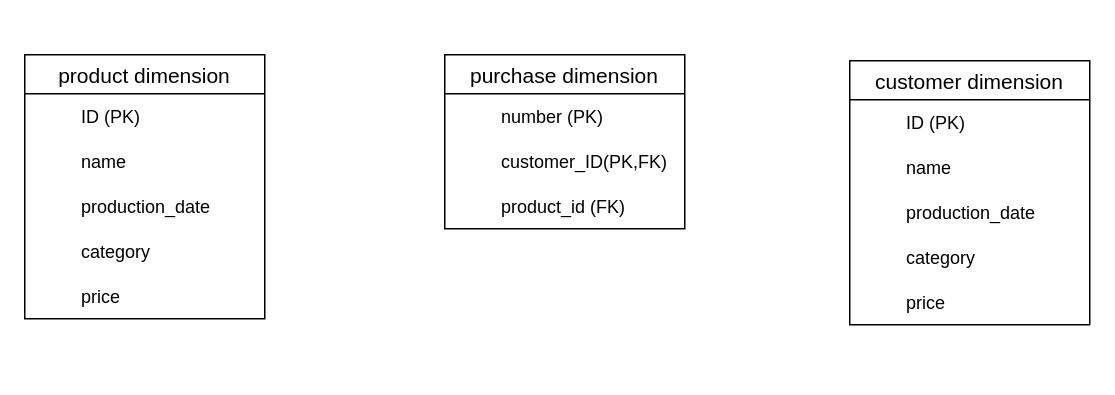
Earlier version of the draw.io diagram factschema.drawio (mohsenshahii/database). Source tidied: cells renumbered, new cells numbered last; positions are measured from the earlier drawing's top-left corner, leaving out a move shared by most shapes. Both pictures are drawn from the tidied source at 150%, with x=0, y=0 at pixel (24, 54).
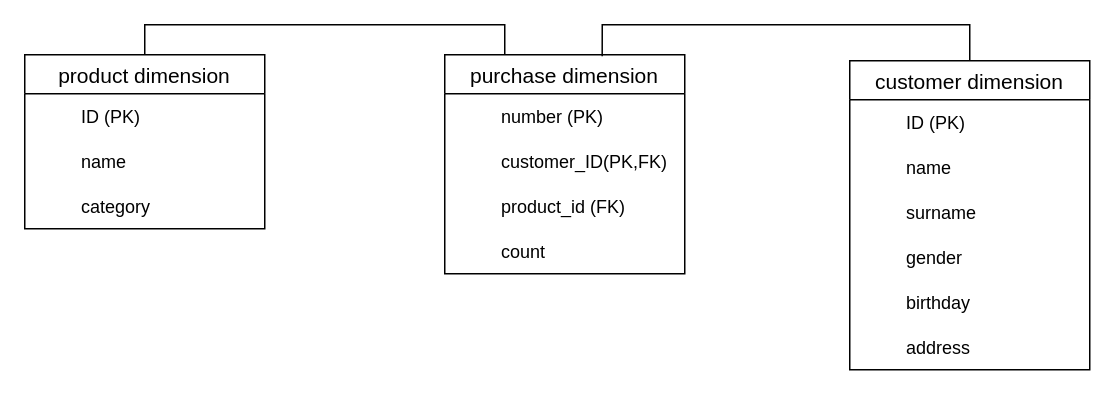
The same diagram, later.

Unchanged cells that the change refers to:
```xml
<mxCell id="42" style="shape=tableRow;horizontal=0;startSize=0;swimlaneHead=0;swimlaneBody=0;fillColor=none;top=0;left=0;right=0;bottom=0;" parent="41" vertex="1">
  <mxGeometry width="160" height="30" as="geometry" />
</mxCell>
<mxCell id="45" style="shape=tableRow;horizontal=0;startSize=0;swimlaneHead=0;swimlaneBody=0;fillColor=none;top=0;left=0;right=0;bottom=0;" parent="41" vertex="1">
  <mxGeometry y="30" width="160" height="30" as="geometry" />
</mxCell>
<mxCell id="48" style="shape=tableRow;horizontal=0;startSize=0;swimlaneHead=0;swimlaneBody=0;fillColor=none;top=0;left=0;right=0;bottom=0;" parent="41" vertex="1">
  <mxGeometry y="60" width="160" height="30" as="geometry" />
</mxCell>
```

What changed in the source:
```diff
@@
     <mxCell id="2" value="purchase dimension" style="swimlane;fontStyle=0;horizontal=1;startSize=26;align=center;fontSize=14;" parent="1" vertex="1">
-      <mxGeometry x="280" width="160" height="116" as="geometry" />
+      <mxGeometry x="280" width="160" height="146" as="geometry" />
     </mxCell>
     <mxCell id="3" style="shape=table;startSize=0;childLayout=tableLayout;rowLines=0;fontStyle=0;align=center;strokeColor=none;fillColor=none;" parent="2" vertex="1">
-      <mxGeometry y="26" width="160" height="90" as="geometry" />
+      <mxGeometry y="26" width="160" height="120" as="geometry" />
     </mxCell>
@@
+    <mxCell id="51" style="shape=tableRow;horizontal=0;startSize=0;swimlaneHead=0;swimlaneBody=0;fillColor=none;top=0;left=0;right=0;bottom=0;" parent="3" vertex="1">
+      <mxGeometry y="90" width="160" height="30" as="geometry" />
+    </mxCell>
+    <mxCell id="52" style="shape=partialRectangle;fillColor=none;top=0;left=0;bottom=0;right=0;overflow=hidden;" parent="51" vertex="1">
+      <mxGeometry width="30" height="30" as="geometry" />
+    </mxCell>
+    <mxCell id="53" value="count" style="shape=partialRectangle;fillColor=none;top=0;left=0;bottom=0;right=0;align=left;spacingLeft=6;overflow=hidden;" parent="51" vertex="1">
+      <mxGeometry x="30" width="130" height="30" as="geometry" />
+    </mxCell>
+    <mxCell id="54" style="edgeStyle=orthogonalEdgeStyle;rounded=0;jettySize=auto;html=1;exitX=0.5;exitY=0;exitDx=0;exitDy=0;entryX=0.25;entryY=0;entryDx=0;entryDy=0;endArrow=none;endFill=0;" parent="1" edge="1" source="13" target="2">
+      <mxGeometry relative="1" as="geometry" />
+    </mxCell>
     <mxCell id="13" value="product dimension" style="swimlane;fontStyle=0;horizontal=1;startSize=26;align=center;fontSize=14;" parent="1" vertex="1">
-      <mxGeometry width="160" height="176" as="geometry" />
+      <mxGeometry width="160" height="116" as="geometry" />
     </mxCell>
@@
     <mxCell id="21" style="shape=table;startSize=0;childLayout=tableLayout;rowLines=0;fontStyle=0;align=center;strokeColor=none;fillColor=none;" parent="13" vertex="1">
-      <mxGeometry y="86" width="160" height="90" as="geometry" />
+      <mxGeometry y="86" width="160" height="30" as="geometry" />
     </mxCell>
-    <mxCell id="22" style="shape=tableRow;horizontal=0;startSize=0;swimlaneHead=0;swimlaneBody=0;fillColor=none;top=0;left=0;right=0;bottom=0;" parent="21" vertex="1">
-      <mxGeometry width="160" height="30" as="geometry" />
-    </mxCell>
-    <mxCell id="23" style="shape=partialRectangle;fillColor=none;top=0;left=0;bottom=0;right=0;overflow=hidden;" parent="22" vertex="1">
-      <mxGeometry width="30" height="30" as="geometry" />
-    </mxCell>
-    <mxCell id="24" value="production_date" style="shape=partialRectangle;fillColor=none;top=0;left=0;bottom=0;right=0;align=left;spacingLeft=6;overflow=hidden;" parent="22" vertex="1">
-      <mxGeometry x="30" width="130" height="30" as="geometry" />
-    </mxCell>
     <mxCell id="25" style="shape=tableRow;horizontal=0;startSize=0;swimlaneHead=0;swimlaneBody=0;fillColor=none;top=0;left=0;right=0;bottom=0;" parent="21" vertex="1">
-      <mxGeometry y="30" width="160" height="30" as="geometry" />
+      <mxGeometry width="160" height="30" as="geometry" />
     </mxCell>
@@
-    <mxCell id="28" style="shape=tableRow;horizontal=0;startSize=0;swimlaneHead=0;swimlaneBody=0;fillColor=none;top=0;left=0;right=0;bottom=0;" parent="21" vertex="1">
-      <mxGeometry y="60" width="160" height="30" as="geometry" />
-    </mxCell>
-    <mxCell id="29" style="shape=partialRectangle;fillColor=none;top=0;left=0;bottom=0;right=0;overflow=hidden;" parent="28" vertex="1">
-      <mxGeometry width="30" height="30" as="geometry" />
-    </mxCell>
-    <mxCell id="30" value="price" style="shape=partialRectangle;fillColor=none;top=0;left=0;bottom=0;right=0;align=left;spacingLeft=6;overflow=hidden;" parent="28" vertex="1">
-      <mxGeometry x="30" width="130" height="30" as="geometry" />
-    </mxCell>
@@
+    <mxCell id="55" style="edgeStyle=orthogonalEdgeStyle;rounded=0;jettySize=auto;html=1;exitX=0.5;exitY=0;exitDx=0;exitDy=0;entryX=0.656;entryY=0.007;entryDx=0;entryDy=0;entryPerimeter=0;endArrow=none;endFill=0;" parent="1" edge="1" source="33" target="2">
+      <mxGeometry relative="1" as="geometry" />
+    </mxCell>
     <mxCell id="33" value="customer dimension" style="swimlane;fontStyle=0;horizontal=1;startSize=26;align=center;fontSize=14;" parent="1" vertex="1">
-      <mxGeometry x="550" y="4" width="160" height="176" as="geometry" />
+      <mxGeometry x="550" y="4" width="160" height="206" as="geometry" />
     </mxCell>
@@
     <mxCell id="41" style="shape=table;startSize=0;childLayout=tableLayout;rowLines=0;fontStyle=0;align=center;strokeColor=none;fillColor=none;" parent="33" vertex="1">
-      <mxGeometry y="86" width="160" height="90" as="geometry" />
+      <mxGeometry y="86" width="160" height="120" as="geometry" />
     </mxCell>
@@
-    <mxCell id="44" value="production_date" style="shape=partialRectangle;fillColor=none;top=0;left=0;bottom=0;right=0;align=left;spacingLeft=6;overflow=hidden;" parent="42" vertex="1">
+    <mxCell id="44" value="surname" style="shape=partialRectangle;fillColor=none;top=0;left=0;bottom=0;right=0;align=left;spacingLeft=6;overflow=hidden;" parent="42" vertex="1">
       <mxGeometry x="30" width="130" height="30" as="geometry" />
     </mxCell>
@@
-    <mxCell id="47" value="category" style="shape=partialRectangle;fillColor=none;top=0;left=0;bottom=0;right=0;align=left;spacingLeft=6;overflow=hidden;" parent="45" vertex="1">
+    <mxCell id="47" value="gender" style="shape=partialRectangle;fillColor=none;top=0;left=0;bottom=0;right=0;align=left;spacingLeft=6;overflow=hidden;" parent="45" vertex="1">
       <mxGeometry x="30" width="130" height="30" as="geometry" />
     </mxCell>
@@
-    <mxCell id="50" value="price" style="shape=partialRectangle;fillColor=none;top=0;left=0;bottom=0;right=0;align=left;spacingLeft=6;overflow=hidden;" parent="48" vertex="1">
+    <mxCell id="50" value="birthday" style="shape=partialRectangle;fillColor=none;top=0;left=0;bottom=0;right=0;align=left;spacingLeft=6;overflow=hidden;" parent="48" vertex="1">
       <mxGeometry x="30" width="130" height="30" as="geometry" />
     </mxCell>
+    <mxCell id="56" style="shape=tableRow;horizontal=0;startSize=0;swimlaneHead=0;swimlaneBody=0;fillColor=none;top=0;left=0;right=0;bottom=0;" parent="41" vertex="1">
+      <mxGeometry y="90" width="160" height="30" as="geometry" />
+    </mxCell>
+    <mxCell id="57" style="shape=partialRectangle;fillColor=none;top=0;left=0;bottom=0;right=0;overflow=hidden;" parent="56" vertex="1">
+      <mxGeometry width="30" height="30" as="geometry" />
+    </mxCell>
+    <mxCell id="58" value="address" style="shape=partialRectangle;fillColor=none;top=0;left=0;bottom=0;right=0;align=left;spacingLeft=6;overflow=hidden;" parent="56" vertex="1">
+      <mxGeometry x="30" width="130" height="30" as="geometry" />
+    </mxCell>
```
